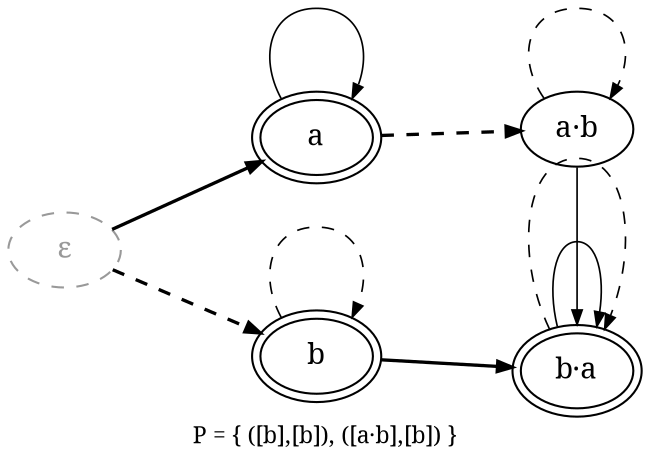
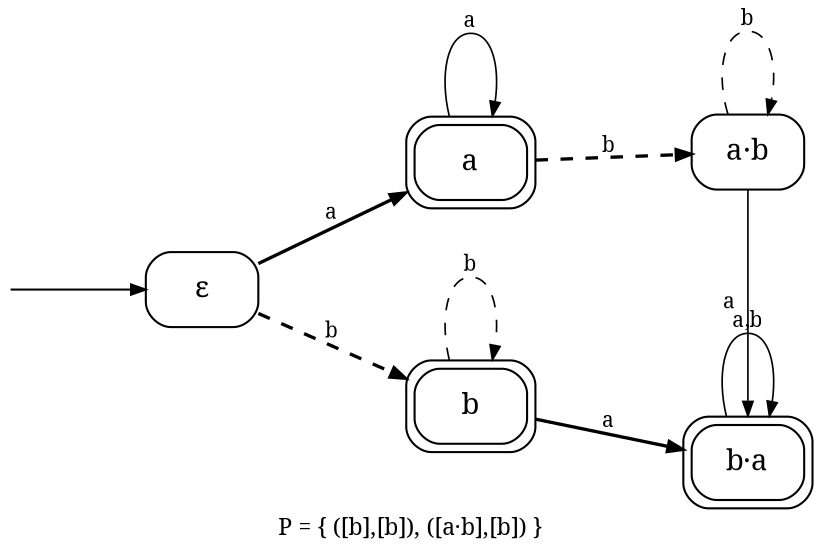
// sos2cayley astar_bomega.sos --rename a=a,!a=b
digraph core_F0_astar_bomega {
  rankdir=LR;
  ranksep=0.87; nodesep=0.55;
-   node [shape=ellipse, fontname="serif", margin="0.04,0.02"];
-   edge [fontname="serif", arrowsize=0.7];
+   node [shape=box, style=rounded, fontname="serif", margin="0.06,0.03"];
+   edge [fontname="serif", fontsize=10, arrowsize=0.7];
  label="P = { ([b],[b]), ([a·b],[b]) }"; labelloc="b"; labeljust="c";
  fontname="serif"; fontsize=11;

-   eps [label="ε", style=dashed, color="grey60", fontcolor="grey60"];
+   eps [label="ε"];
  a [label="a", peripheries=2];
  b [label="b", peripheries=2];
  ab [label="a·b"];
  ba [label="b·a", peripheries=2];
+   _init [shape=none, label="", width=0.02, height=0.02];
+   _init -> eps;

  { rank=same; eps; }
  { rank=same; a b; }
  { rank=same; ab ba; }

-   eps -> a [style=solid, penwidth=1.6];
-   eps -> b [style=dashed, penwidth=1.6];
-   a -> a [style=solid, penwidth=0.8];
-   a -> ab [style=dashed, penwidth=1.6];
-   b -> ba [style=solid, penwidth=1.6];
-   b -> b [style=dashed, penwidth=0.8];
-   ab -> ba [style=solid, penwidth=0.8];
-   ab -> ab [style=dashed, penwidth=0.8];
-   ba -> ba [style=solid, penwidth=0.8];
-   ba -> ba [style=dashed, penwidth=0.8];
+   eps -> a [label="a", style=solid, penwidth=1.6];
+   eps -> b [label="b", style=dashed, penwidth=1.6];
+   a -> a [label="a", style=solid, penwidth=0.8];
+   a -> ab [label="b", style=dashed, penwidth=1.6];
+   b -> ba [label="a", style=solid, penwidth=1.6];
+   b -> b [label="b", style=dashed, penwidth=0.8];
+   ab -> ba [label="a", style=solid, penwidth=0.8];
+   ab -> ab [label="b", style=dashed, penwidth=0.8];
+   ba -> ba [label="a,b", style=solid, penwidth=0.8];
}
